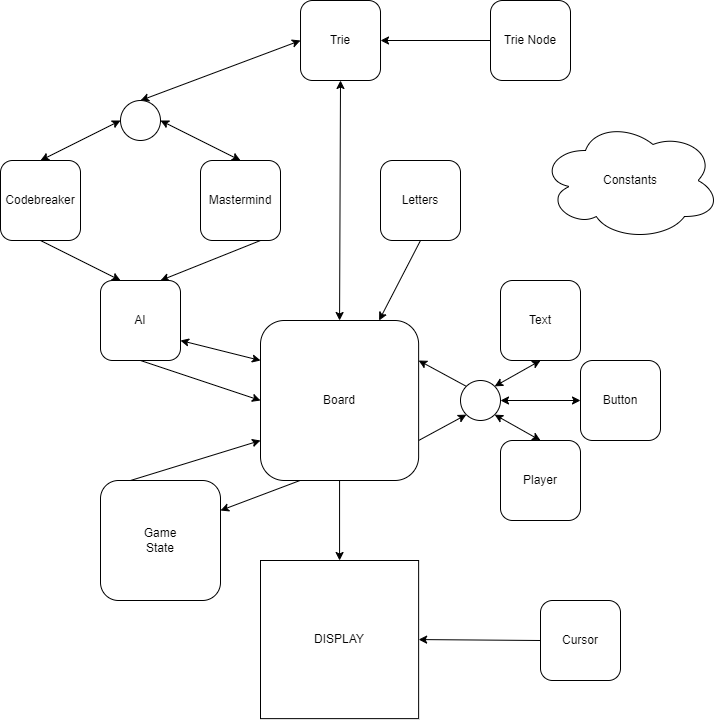
Earlier version of the draw.io export structure.drawio.png (Yuzyx17/WordWiz). Source tidied: cells renumbered, new cells last; positions are measured from the earlier drawing's top-left corner, leaving out a move shared by most shapes.
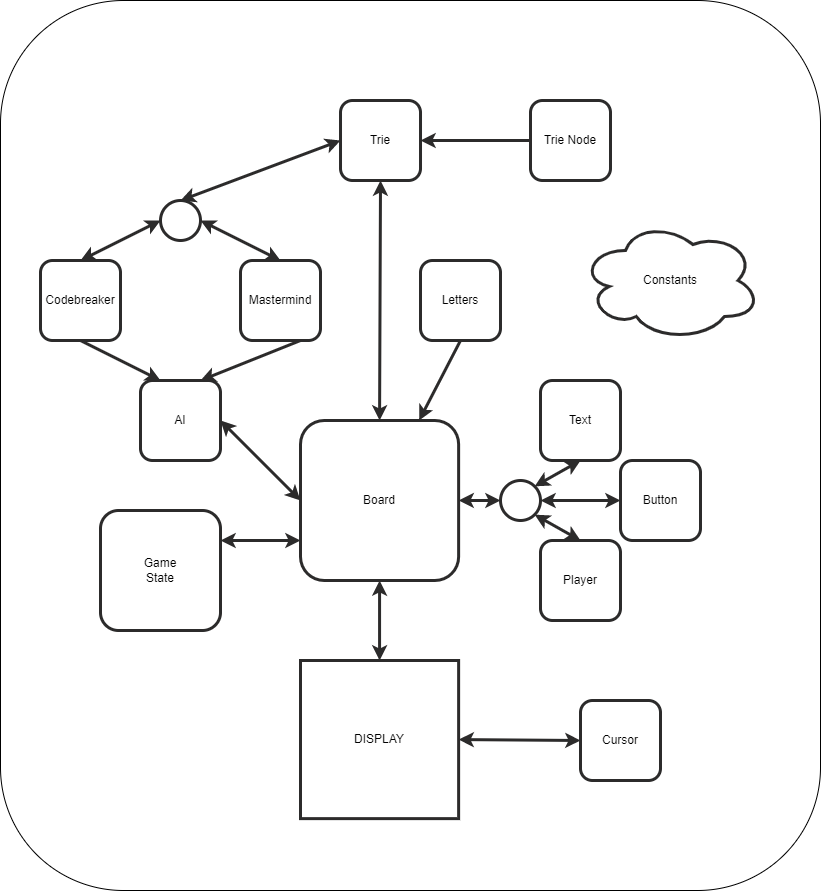
The same diagram one commit later.

Change to the diagram source:
```diff
@@ -2,109 +2,103 @@
   <root>
     <mxCell id="0" />
     <mxCell id="1" parent="0" />
+    <mxCell id="37" style="rounded=1;whiteSpace=wrap;html=1;" parent="1" vertex="1">
+      <mxGeometry x="-40" y="-100" width="820" height="890" as="geometry" />
+    </mxCell>
-    <mxCell id="2" style="edgeStyle=none;html=1;exitX=0;exitY=0.5;exitDx=0;exitDy=0;entryX=0.5;entryY=0;entryDx=0;entryDy=0;startArrow=classic;startFill=1;" parent="1" edge="1" source="22" target="10">
+    <mxCell id="2" style="edgeStyle=none;html=1;exitX=0;exitY=0.5;exitDx=0;exitDy=0;entryX=0.5;entryY=0;entryDx=0;entryDy=0;startArrow=classic;startFill=1;strokeWidth=3;strokeColor=#2c2b2b;" parent="1" edge="1" source="22" target="10">
       <mxGeometry relative="1" as="geometry" />
     </mxCell>
-    <mxCell id="3" style="edgeStyle=none;html=1;exitX=1;exitY=0.5;exitDx=0;exitDy=0;entryX=0.5;entryY=0;entryDx=0;entryDy=0;startArrow=classic;startFill=1;" parent="1" edge="1" source="22" target="12">
+    <mxCell id="3" style="edgeStyle=none;html=1;exitX=1;exitY=0.5;exitDx=0;exitDy=0;entryX=0.5;entryY=0;entryDx=0;entryDy=0;startArrow=classic;startFill=1;strokeWidth=3;strokeColor=#2c2b2b;" parent="1" edge="1" source="22" target="12">
       <mxGeometry relative="1" as="geometry" />
     </mxCell>
-    <mxCell id="4" style="edgeStyle=none;html=1;exitX=0;exitY=0.5;exitDx=0;exitDy=0;entryX=0.5;entryY=0;entryDx=0;entryDy=0;startArrow=classic;startFill=1;" parent="1" edge="1" source="6" target="22">
+    <mxCell id="4" style="edgeStyle=none;html=1;exitX=0;exitY=0.5;exitDx=0;exitDy=0;entryX=0.5;entryY=0;entryDx=0;entryDy=0;startArrow=classic;startFill=1;strokeWidth=3;strokeColor=#2c2b2b;" parent="1" edge="1" source="6" target="22">
       <mxGeometry relative="1" as="geometry" />
     </mxCell>
-    <mxCell id="5" style="edgeStyle=none;html=1;exitX=0.5;exitY=1;exitDx=0;exitDy=0;entryX=0.5;entryY=0;entryDx=0;entryDy=0;startArrow=classic;startFill=1;" parent="1" edge="1" source="6" target="21">
+    <mxCell id="5" style="edgeStyle=none;html=1;exitX=0.5;exitY=1;exitDx=0;exitDy=0;entryX=0.5;entryY=0;entryDx=0;entryDy=0;startArrow=classic;startFill=1;strokeWidth=3;strokeColor=#2c2b2b;" parent="1" edge="1" source="6" target="21">
       <mxGeometry relative="1" as="geometry" />
     </mxCell>
-    <mxCell id="6" value="Trie" style="rounded=1;whiteSpace=wrap;html=1;" parent="1" vertex="1">
+    <mxCell id="6" value="Trie" style="rounded=1;whiteSpace=wrap;html=1;strokeWidth=3;strokeColor=#2c2b2b;" parent="1" vertex="1">
       <mxGeometry x="300" width="80" height="80" as="geometry" />
     </mxCell>
-    <mxCell id="7" style="edgeStyle=none;html=1;" parent="1" edge="1" source="8" target="6">
+    <mxCell id="7" style="edgeStyle=none;html=1;strokeWidth=3;strokeColor=#2c2b2b;" parent="1" edge="1" source="8" target="6">
       <mxGeometry relative="1" as="geometry" />
     </mxCell>
-    <mxCell id="8" value="Trie Node" style="rounded=1;whiteSpace=wrap;html=1;" parent="1" vertex="1">
+    <mxCell id="8" value="Trie Node" style="rounded=1;whiteSpace=wrap;html=1;strokeWidth=3;strokeColor=#2c2b2b;" parent="1" vertex="1">
       <mxGeometry x="490" width="80" height="80" as="geometry" />
     </mxCell>
-    <mxCell id="9" style="edgeStyle=none;html=1;exitX=0.5;exitY=1;exitDx=0;exitDy=0;entryX=0.25;entryY=0;entryDx=0;entryDy=0;" parent="1" edge="1" source="10" target="14">
+    <mxCell id="9" style="edgeStyle=none;html=1;exitX=0.5;exitY=1;exitDx=0;exitDy=0;entryX=0.25;entryY=0;entryDx=0;entryDy=0;strokeWidth=3;strokeColor=#2c2b2b;" parent="1" edge="1" source="10" target="14">
       <mxGeometry relative="1" as="geometry" />
     </mxCell>
-    <mxCell id="10" value="Codebreaker" style="rounded=1;whiteSpace=wrap;html=1;" parent="1" vertex="1">
+    <mxCell id="10" value="Codebreaker" style="rounded=1;whiteSpace=wrap;html=1;strokeWidth=3;strokeColor=#2c2b2b;" parent="1" vertex="1">
       <mxGeometry y="160" width="80" height="80" as="geometry" />
     </mxCell>
-    <mxCell id="11" style="edgeStyle=none;html=1;exitX=0.75;exitY=1;exitDx=0;exitDy=0;entryX=0.75;entryY=0;entryDx=0;entryDy=0;" parent="1" edge="1" source="12" target="14">
+    <mxCell id="11" style="edgeStyle=none;html=1;exitX=0.75;exitY=1;exitDx=0;exitDy=0;entryX=0.75;entryY=0;entryDx=0;entryDy=0;strokeWidth=3;strokeColor=#2c2b2b;" parent="1" edge="1" source="12" target="14">
       <mxGeometry relative="1" as="geometry" />
     </mxCell>
-    <mxCell id="12" value="Mastermind" style="rounded=1;whiteSpace=wrap;html=1;" parent="1" vertex="1">
+    <mxCell id="12" value="Mastermind" style="rounded=1;whiteSpace=wrap;html=1;strokeWidth=3;strokeColor=#2c2b2b;" parent="1" vertex="1">
       <mxGeometry x="200" y="160" width="80" height="80" as="geometry" />
     </mxCell>
-    <mxCell id="13" style="edgeStyle=none;html=1;exitX=0.5;exitY=1;exitDx=0;exitDy=0;entryX=0;entryY=0.5;entryDx=0;entryDy=0;" parent="1" edge="1" source="14" target="21">
+    <mxCell id="13" style="edgeStyle=none;html=1;exitX=1;exitY=0.5;exitDx=0;exitDy=0;entryX=0;entryY=0.5;entryDx=0;entryDy=0;strokeWidth=3;strokeColor=#2c2b2b;startArrow=classic;startFill=1;" parent="1" edge="1" source="14" target="21">
       <mxGeometry relative="1" as="geometry" />
     </mxCell>
-    <mxCell id="14" value="AI" style="rounded=1;whiteSpace=wrap;html=1;" parent="1" vertex="1">
+    <mxCell id="14" value="AI" style="rounded=1;whiteSpace=wrap;html=1;strokeWidth=3;strokeColor=#2c2b2b;" parent="1" vertex="1">
       <mxGeometry x="100" y="280" width="80" height="80" as="geometry" />
     </mxCell>
-    <mxCell id="15" style="edgeStyle=none;html=1;exitX=0.25;exitY=0;exitDx=0;exitDy=0;entryX=0;entryY=0.75;entryDx=0;entryDy=0;" parent="1" edge="1" source="16" target="21">
-      <mxGeometry relative="1" as="geometry" />
-    </mxCell>
-    <mxCell id="16" value="Game&lt;br&gt;State" style="rounded=1;whiteSpace=wrap;html=1;" parent="1" vertex="1">
-      <mxGeometry x="100" y="480" width="120" height="120" as="geometry" />
+    <mxCell id="16" value="Game&lt;br&gt;State" style="rounded=1;whiteSpace=wrap;html=1;strokeWidth=3;strokeColor=#2c2b2b;" parent="1" vertex="1">
+      <mxGeometry x="60" y="410" width="120" height="120" as="geometry" />
     </mxCell>
-    <mxCell id="17" style="edgeStyle=none;html=1;exitX=0.25;exitY=1;exitDx=0;exitDy=0;entryX=1;entryY=0.25;entryDx=0;entryDy=0;" parent="1" edge="1" source="21" target="16">
+    <mxCell id="17" style="edgeStyle=none;html=1;exitX=0;exitY=0.75;exitDx=0;exitDy=0;entryX=1;entryY=0.25;entryDx=0;entryDy=0;strokeWidth=3;strokeColor=#2c2b2b;startArrow=classic;startFill=1;" parent="1" edge="1" source="21" target="16">
       <mxGeometry relative="1" as="geometry" />
     </mxCell>
-    <mxCell id="18" style="edgeStyle=none;html=1;exitX=0.5;exitY=1;exitDx=0;exitDy=0;entryX=0.5;entryY=0;entryDx=0;entryDy=0;" parent="1" edge="1" source="21" target="29">
+    <mxCell id="18" style="edgeStyle=none;html=1;exitX=0.5;exitY=1;exitDx=0;exitDy=0;entryX=0.5;entryY=0;entryDx=0;entryDy=0;strokeWidth=3;strokeColor=#2c2b2b;startArrow=classic;startFill=1;" parent="1" edge="1" source="21" target="29">
       <mxGeometry relative="1" as="geometry" />
     </mxCell>
-    <mxCell id="19" style="edgeStyle=none;html=1;exitX=1;exitY=0.75;exitDx=0;exitDy=0;entryX=0;entryY=1;entryDx=0;entryDy=0;" parent="1" edge="1" source="21" target="33">
-      <mxGeometry relative="1" as="geometry" />
-    </mxCell>
-    <mxCell id="20" style="edgeStyle=none;html=1;exitX=0;exitY=0.25;exitDx=0;exitDy=0;entryX=1;entryY=0.75;entryDx=0;entryDy=0;startArrow=classic;startFill=1;" parent="1" edge="1" source="21" target="14">
-      <mxGeometry relative="1" as="geometry" />
-    </mxCell>
-    <mxCell id="21" value="Board" style="rounded=1;whiteSpace=wrap;html=1;" parent="1" vertex="1">
+    <mxCell id="21" value="Board" style="rounded=1;whiteSpace=wrap;html=1;strokeWidth=3;strokeColor=#2c2b2b;" parent="1" vertex="1">
       <mxGeometry x="260" y="320" width="158.1" height="160" as="geometry" />
     </mxCell>
-    <mxCell id="22" style="ellipse;whiteSpace=wrap;html=1;" parent="1" vertex="1">
+    <mxCell id="22" style="ellipse;whiteSpace=wrap;html=1;strokeWidth=3;strokeColor=#2c2b2b;" parent="1" vertex="1">
       <mxGeometry x="120" y="100" width="40" height="40" as="geometry" />
     </mxCell>
-    <mxCell id="23" style="edgeStyle=none;html=1;exitX=0.5;exitY=1;exitDx=0;exitDy=0;entryX=0.75;entryY=0;entryDx=0;entryDy=0;" parent="1" edge="1" source="24" target="21">
+    <mxCell id="23" style="edgeStyle=none;html=1;exitX=0.5;exitY=1;exitDx=0;exitDy=0;entryX=0.75;entryY=0;entryDx=0;entryDy=0;strokeWidth=3;strokeColor=#2c2b2b;" parent="1" edge="1" source="24" target="21">
       <mxGeometry relative="1" as="geometry" />
     </mxCell>
-    <mxCell id="24" value="Letters" style="rounded=1;whiteSpace=wrap;html=1;" parent="1" vertex="1">
+    <mxCell id="24" value="Letters" style="rounded=1;whiteSpace=wrap;html=1;strokeWidth=3;strokeColor=#2c2b2b;" parent="1" vertex="1">
       <mxGeometry x="380" y="160" width="80" height="80" as="geometry" />
     </mxCell>
-    <mxCell id="25" style="edgeStyle=none;html=1;exitX=0;exitY=0.5;exitDx=0;exitDy=0;entryX=1;entryY=0.5;entryDx=0;entryDy=0;startArrow=classic;startFill=1;" parent="1" edge="1" source="26" target="33">
+    <mxCell id="25" style="edgeStyle=none;html=1;exitX=0;exitY=0.5;exitDx=0;exitDy=0;entryX=1;entryY=0.5;entryDx=0;entryDy=0;startArrow=classic;startFill=1;strokeWidth=3;strokeColor=#2c2b2b;" parent="1" edge="1" source="26" target="33">
       <mxGeometry relative="1" as="geometry" />
     </mxCell>
-    <mxCell id="26" value="Button" style="rounded=1;whiteSpace=wrap;html=1;" parent="1" vertex="1">
+    <mxCell id="26" value="Button" style="rounded=1;whiteSpace=wrap;html=1;strokeWidth=3;strokeColor=#2c2b2b;" parent="1" vertex="1">
       <mxGeometry x="580" y="360" width="80" height="80" as="geometry" />
     </mxCell>
-    <mxCell id="27" style="edgeStyle=none;html=1;exitX=0.5;exitY=0;exitDx=0;exitDy=0;entryX=1;entryY=1;entryDx=0;entryDy=0;startArrow=classic;startFill=1;" parent="1" edge="1" source="28" target="33">
+    <mxCell id="27" style="edgeStyle=none;html=1;exitX=0.5;exitY=0;exitDx=0;exitDy=0;entryX=1;entryY=1;entryDx=0;entryDy=0;startArrow=classic;startFill=1;strokeWidth=3;strokeColor=#2c2b2b;" parent="1" edge="1" source="28" target="33">
       <mxGeometry relative="1" as="geometry" />
     </mxCell>
-    <mxCell id="28" value="Player" style="rounded=1;whiteSpace=wrap;html=1;" parent="1" vertex="1">
+    <mxCell id="28" value="Player" style="rounded=1;whiteSpace=wrap;html=1;strokeWidth=3;strokeColor=#2c2b2b;" parent="1" vertex="1">
       <mxGeometry x="500" y="440" width="80" height="80" as="geometry" />
     </mxCell>
-    <mxCell id="29" value="DISPLAY" style="whiteSpace=wrap;html=1;" parent="1" vertex="1">
+    <mxCell id="29" value="DISPLAY" style="whiteSpace=wrap;html=1;strokeWidth=3;strokeColor=#2c2b2b;" parent="1" vertex="1">
       <mxGeometry x="260" y="560" width="158.1" height="158.1" as="geometry" />
     </mxCell>
-    <mxCell id="30" style="edgeStyle=none;html=1;exitX=0;exitY=0.5;exitDx=0;exitDy=0;entryX=1;entryY=0.5;entryDx=0;entryDy=0;" parent="1" edge="1" source="31" target="29">
+    <mxCell id="30" style="edgeStyle=none;html=1;exitX=0;exitY=0.5;exitDx=0;exitDy=0;entryX=1;entryY=0.5;entryDx=0;entryDy=0;strokeColor=#2c2b2b;startArrow=classic;startFill=1;strokeWidth=3;" parent="1" edge="1" source="31" target="29">
       <mxGeometry relative="1" as="geometry" />
     </mxCell>
-    <mxCell id="31" value="Cursor" style="rounded=1;whiteSpace=wrap;html=1;" parent="1" vertex="1">
+    <mxCell id="31" value="Cursor" style="rounded=1;whiteSpace=wrap;html=1;strokeWidth=3;strokeColor=#2c2b2b;" parent="1" vertex="1">
       <mxGeometry x="540" y="600" width="80" height="80" as="geometry" />
     </mxCell>
-    <mxCell id="32" style="edgeStyle=none;html=1;exitX=0;exitY=0;exitDx=0;exitDy=0;entryX=1;entryY=0.25;entryDx=0;entryDy=0;" parent="1" edge="1" source="33" target="21">
+    <mxCell id="32" style="edgeStyle=none;html=1;strokeColor=#2c2b2b;startArrow=classic;startFill=1;strokeWidth=3;" parent="1" edge="1" source="33" target="21">
       <mxGeometry relative="1" as="geometry" />
     </mxCell>
-    <mxCell id="33" style="ellipse;whiteSpace=wrap;html=1;" parent="1" vertex="1">
+    <mxCell id="33" style="ellipse;whiteSpace=wrap;html=1;strokeWidth=3;strokeColor=#2c2b2b;" parent="1" vertex="1">
       <mxGeometry x="460" y="380" width="40" height="40" as="geometry" />
     </mxCell>
-    <mxCell id="34" style="edgeStyle=none;html=1;exitX=0.5;exitY=1;exitDx=0;exitDy=0;entryX=1;entryY=0;entryDx=0;entryDy=0;startArrow=classic;startFill=1;" parent="1" edge="1" source="35" target="33">
+    <mxCell id="34" style="edgeStyle=none;html=1;exitX=0.5;exitY=1;exitDx=0;exitDy=0;entryX=1;entryY=0;entryDx=0;entryDy=0;startArrow=classic;startFill=1;strokeWidth=3;strokeColor=#2c2b2b;" parent="1" edge="1" source="35" target="33">
       <mxGeometry relative="1" as="geometry" />
     </mxCell>
-    <mxCell id="35" value="Text" style="rounded=1;whiteSpace=wrap;html=1;" parent="1" vertex="1">
+    <mxCell id="35" value="Text" style="rounded=1;whiteSpace=wrap;html=1;strokeWidth=3;strokeColor=#2c2b2b;" parent="1" vertex="1">
       <mxGeometry x="500" y="280" width="80" height="80" as="geometry" />
     </mxCell>
-    <mxCell id="36" value="Constants" style="ellipse;shape=cloud;whiteSpace=wrap;html=1;" parent="1" vertex="1">
+    <mxCell id="36" value="Constants" style="ellipse;shape=cloud;whiteSpace=wrap;html=1;strokeWidth=3;strokeColor=#2c2b2b;" parent="1" vertex="1">
       <mxGeometry x="540" y="120" width="180" height="120" as="geometry" />
     </mxCell>
   </root>
```
